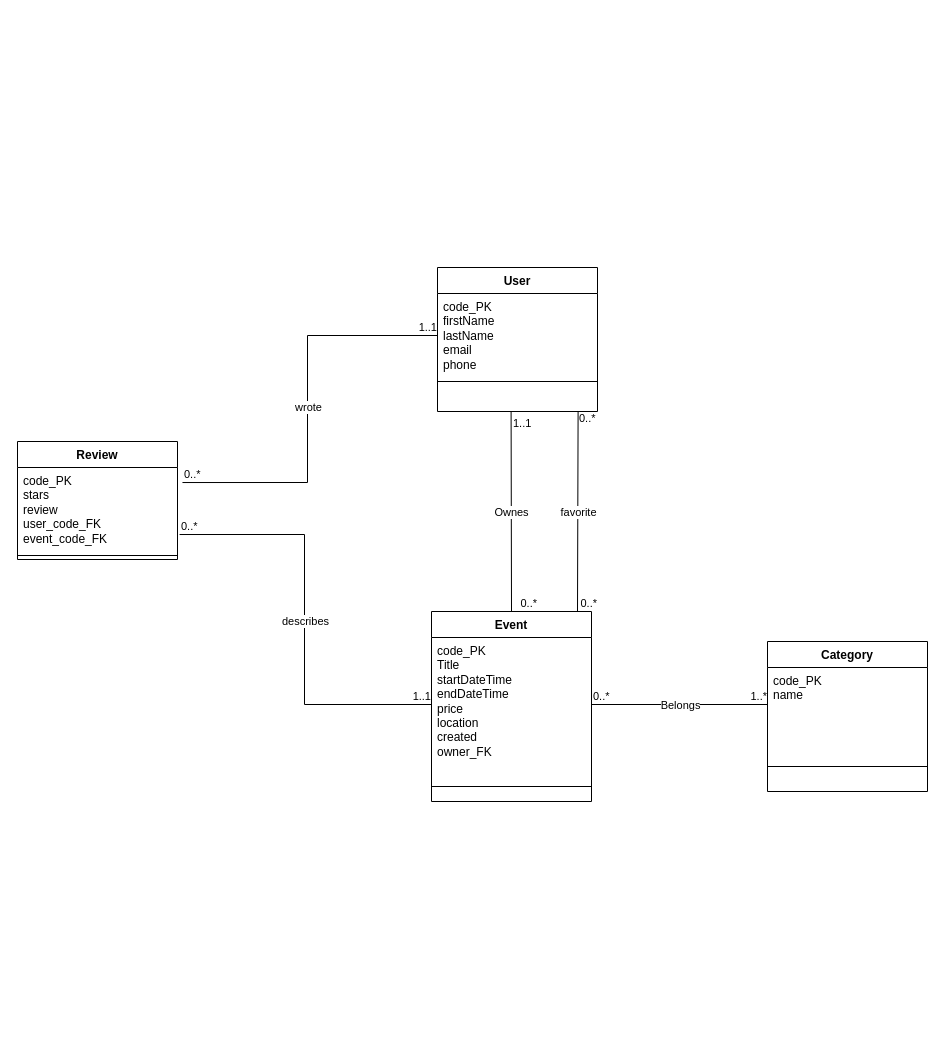
Before: preparation/ideaOfDatabase.drawio in Finiferp/Events4u, a draw.io diagram. Source tidied: cells renumbered, new cells numbered last; positions are measured from the earlier drawing's top-left corner, leaving out a move shared by most shapes. Both pictures are drawn from the tidied source at 100%, with x=0, y=0 at pixel (17, 267).
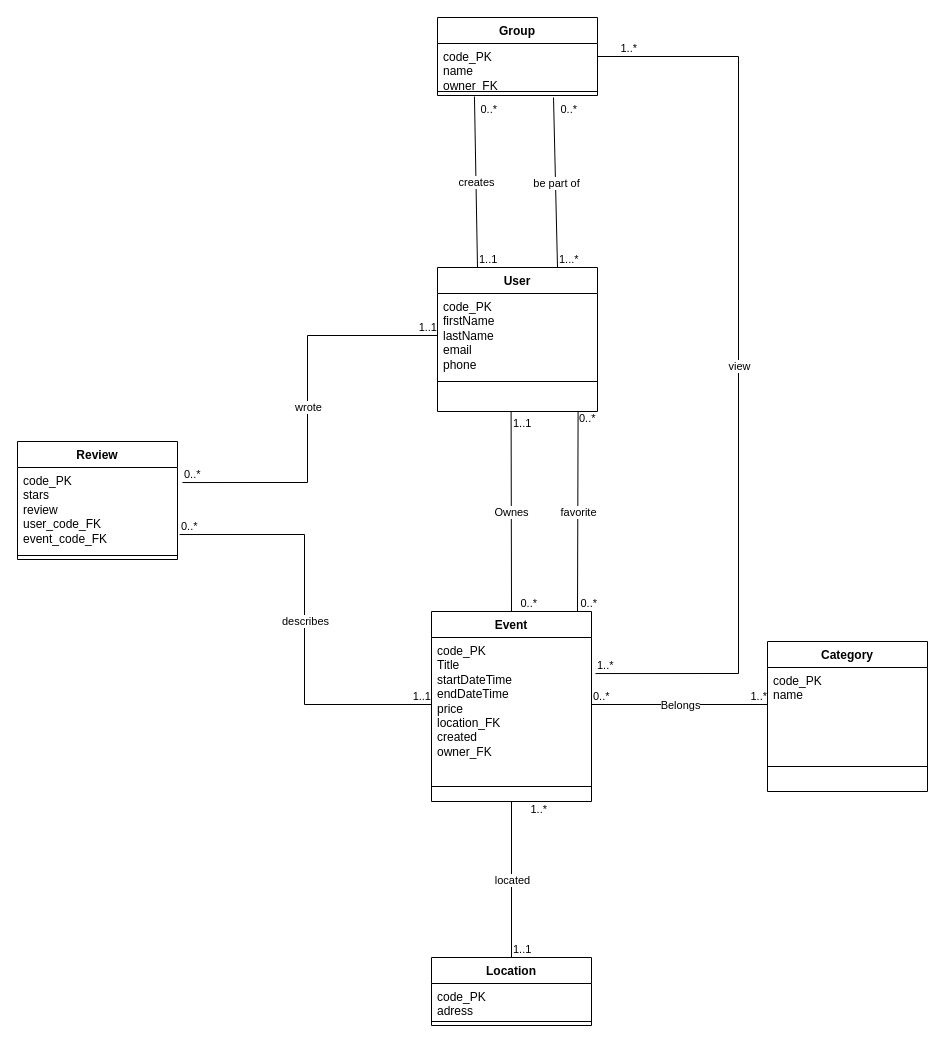
The same diagram, later.

Unchanged cells that the change refers to:
```xml
<mxCell id="6" value="Event" style="swimlane;fontStyle=1;align=center;verticalAlign=top;horizontal=1;startSize=26;whiteSpace=wrap;html=1;" parent="1" vertex="1">
  <mxGeometry x="414" y="344" width="160" height="190" as="geometry" />
</mxCell>
<mxCell id="12" value="&lt;div&gt;User&lt;/div&gt;" style="swimlane;fontStyle=1;align=center;verticalAlign=top;horizontal=1;startSize=26;whiteSpace=wrap;html=1;" parent="1" vertex="1">
  <mxGeometry x="420" width="160" height="144" as="geometry" />
</mxCell>
```

Change to the diagram source:
```diff
@@
-    <mxCell id="7" value="code_PK&lt;div&gt;Title&lt;/div&gt;&lt;div&gt;startDateTime&lt;/div&gt;&lt;div&gt;endDateTime&lt;/div&gt;&lt;div&gt;price&lt;/div&gt;&lt;div&gt;location&lt;/div&gt;&lt;div&gt;created&lt;/div&gt;&lt;div&gt;owner_FK&lt;/div&gt;" style="text;strokeColor=none;fillColor=none;align=left;verticalAlign=top;spacingLeft=4;spacingRight=4;overflow=hidden;points=[[0,0.5],[1,0.5]];portConstraint=eastwest;whiteSpace=wrap;html=1;" parent="6" vertex="1">
+    <mxCell id="7" value="code_PK&lt;div&gt;Title&lt;/div&gt;&lt;div&gt;startDateTime&lt;/div&gt;&lt;div&gt;endDateTime&lt;/div&gt;&lt;div&gt;price&lt;/div&gt;&lt;div&gt;location_FK&lt;/div&gt;&lt;div&gt;created&lt;/div&gt;&lt;div&gt;owner_FK&lt;/div&gt;" style="text;strokeColor=none;fillColor=none;align=left;verticalAlign=top;spacingLeft=4;spacingRight=4;overflow=hidden;points=[[0,0.5],[1,0.5]];portConstraint=eastwest;whiteSpace=wrap;html=1;" parent="6" vertex="1">
       <mxGeometry y="26" width="160" height="134" as="geometry" />
     </mxCell>
@@
+    <mxCell id="35" value="Group" style="swimlane;fontStyle=1;align=center;verticalAlign=top;horizontal=1;startSize=26;whiteSpace=wrap;html=1;" parent="1" vertex="1">
+      <mxGeometry x="420" y="-250" width="160" height="78" as="geometry" />
+    </mxCell>
+    <mxCell id="36" value="code_PK&lt;br&gt;name&lt;br&gt;owner_FK" style="text;strokeColor=none;fillColor=none;align=left;verticalAlign=top;spacingLeft=4;spacingRight=4;overflow=hidden;whiteSpace=wrap;html=1;" parent="35" vertex="1">
+      <mxGeometry y="26" width="160" height="44" as="geometry" />
+    </mxCell>
+    <mxCell id="37" style="line;strokeWidth=1;fillColor=none;align=left;verticalAlign=middle;spacingTop=-1;spacingLeft=3;spacingRight=3;labelPosition=right;points=[];portConstraint=eastwest;strokeColor=inherit;" parent="35" vertex="1">
+      <mxGeometry y="70" width="160" height="8" as="geometry" />
+    </mxCell>
+    <mxCell id="38" style="endArrow=none;html=1;rounded=0;exitX=0.75;exitY=0;exitDx=0;exitDy=0;entryX=0.725;entryY=1.25;entryDx=0;entryDy=0;entryPerimeter=0;endFill=0;" parent="1" edge="1" source="12" target="37">
+      <mxGeometry relative="1" as="geometry" />
+    </mxCell>
+    <mxCell id="39" value="be part of" style="edgeLabel;html=1;align=center;verticalAlign=middle;" parent="38" vertex="1">
+      <mxGeometry relative="1" as="geometry" />
+    </mxCell>
+    <mxCell id="40" value="1...*" style="edgeLabel;html=1;align=left;verticalAlign=bottom;" parent="38" vertex="1">
+      <mxGeometry x="-1" relative="1" as="geometry" />
+    </mxCell>
+    <mxCell id="41" value="0..*" style="edgeLabel;html=1;align=right;verticalAlign=bottom;" parent="38" vertex="1">
+      <mxGeometry x="1" relative="1" as="geometry">
+        <mxPoint x="24" y="20" as="offset" />
+      </mxGeometry>
+    </mxCell>
+    <mxCell id="42" style="endArrow=none;html=1;rounded=0;exitX=0.25;exitY=0;exitDx=0;exitDy=0;entryX=0.231;entryY=1.125;entryDx=0;entryDy=0;entryPerimeter=0;endFill=0;" parent="1" edge="1" source="12" target="37">
+      <mxGeometry relative="1" as="geometry" />
+    </mxCell>
+    <mxCell id="43" value="creates" style="edgeLabel;html=1;align=center;verticalAlign=middle;" parent="42" vertex="1">
+      <mxGeometry relative="1" as="geometry" />
+    </mxCell>
+    <mxCell id="44" value="1..1" style="edgeLabel;html=1;align=left;verticalAlign=bottom;" parent="42" vertex="1">
+      <mxGeometry x="-1" relative="1" as="geometry" />
+    </mxCell>
+    <mxCell id="45" value="0..*" style="edgeLabel;html=1;align=right;verticalAlign=bottom;" parent="42" vertex="1">
+      <mxGeometry x="1" relative="1" as="geometry">
+        <mxPoint x="23" y="21" as="offset" />
+      </mxGeometry>
+    </mxCell>
+    <mxCell id="46" style="endArrow=none;html=1;rounded=0;exitX=1.025;exitY=0.269;exitDx=0;exitDy=0;exitPerimeter=0;endFill=0;edgeStyle=orthogonalEdgeStyle;entryX=1;entryY=0.5;entryDx=0;entryDy=0;" parent="1" edge="1" source="7" target="35">
+      <mxGeometry relative="1" as="geometry">
+        <Array as="points">
+          <mxPoint x="721" y="406" />
+          <mxPoint x="721" y="-211" />
+        </Array>
+      </mxGeometry>
+    </mxCell>
+    <mxCell id="47" value="view" style="edgeLabel;html=1;align=center;verticalAlign=middle;" parent="46" vertex="1">
+      <mxGeometry relative="1" as="geometry" />
+    </mxCell>
+    <mxCell id="48" value="1..*" style="edgeLabel;html=1;align=left;verticalAlign=bottom;" parent="46" vertex="1">
+      <mxGeometry x="-1" relative="1" as="geometry" />
+    </mxCell>
+    <mxCell id="49" value="1..*" style="edgeLabel;html=1;align=right;verticalAlign=bottom;" parent="46" vertex="1">
+      <mxGeometry x="1" relative="1" as="geometry">
+        <mxPoint x="40" as="offset" />
+      </mxGeometry>
+    </mxCell>
+    <mxCell id="50" value="Location" style="swimlane;fontStyle=1;align=center;verticalAlign=top;horizontal=1;startSize=26;whiteSpace=wrap;html=1;" parent="1" vertex="1">
+      <mxGeometry x="414" y="690" width="160" height="68" as="geometry" />
+    </mxCell>
+    <mxCell id="51" value="code_PK&lt;br&gt;adress" style="text;strokeColor=none;fillColor=none;align=left;verticalAlign=top;spacingLeft=4;spacingRight=4;overflow=hidden;whiteSpace=wrap;html=1;" parent="50" vertex="1">
+      <mxGeometry y="26" width="160" height="34" as="geometry" />
+    </mxCell>
+    <mxCell id="52" style="line;strokeWidth=1;fillColor=none;align=left;verticalAlign=middle;spacingTop=-1;spacingLeft=3;spacingRight=3;labelPosition=right;strokeColor=inherit;" parent="50" vertex="1">
+      <mxGeometry y="60" width="160" height="8" as="geometry" />
+    </mxCell>
+    <mxCell id="53" style="endArrow=none;html=1;rounded=0;exitX=0.5;exitY=0;exitDx=0;exitDy=0;entryX=0.5;entryY=1;entryDx=0;entryDy=0;endFill=0;" parent="1" edge="1" source="50" target="6">
+      <mxGeometry relative="1" as="geometry" />
+    </mxCell>
+    <mxCell id="54" value="located" style="edgeLabel;html=1;align=center;verticalAlign=middle;" parent="53" vertex="1">
+      <mxGeometry relative="1" as="geometry" />
+    </mxCell>
+    <mxCell id="55" value="1..1" style="edgeLabel;html=1;align=left;verticalAlign=bottom;" parent="53" vertex="1">
+      <mxGeometry x="-1" relative="1" as="geometry" />
+    </mxCell>
+    <mxCell id="56" value="1..*" style="edgeLabel;html=1;align=right;verticalAlign=bottom;" parent="53" vertex="1">
+      <mxGeometry x="1" relative="1" as="geometry">
+        <mxPoint x="36" y="16" as="offset" />
+      </mxGeometry>
+    </mxCell>
```
